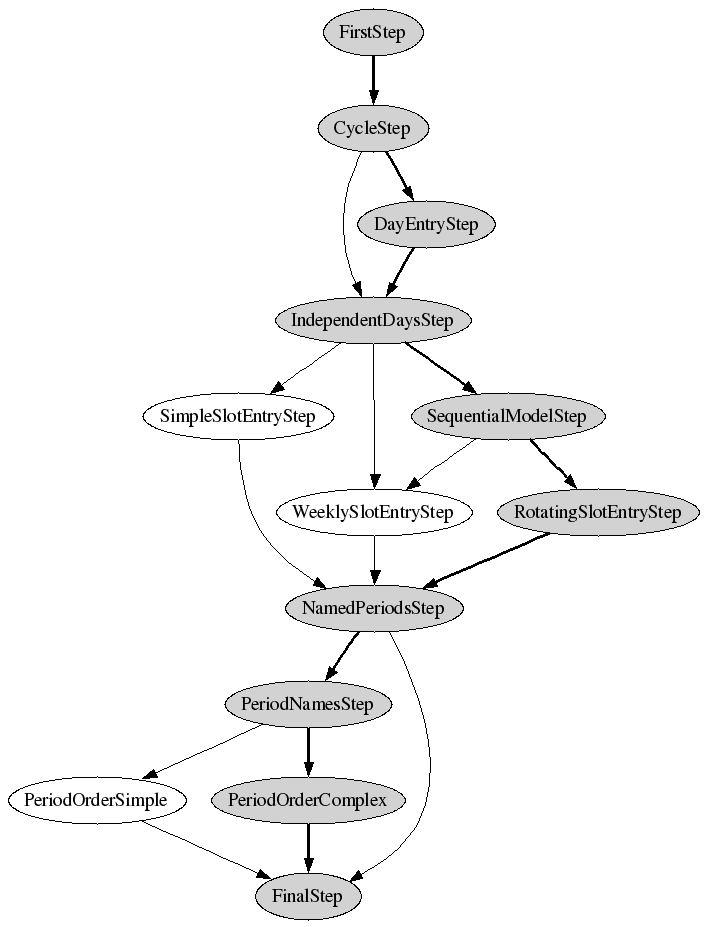
Above: src/schooltool/browser/ftests/ttschema-wizard-6.png in mattva01/schooltool (Graphviz), before the change. Its source is kept beside it as src/schooltool/browser/ftests/ttschema-wizard-6.dot. Source of this version:
```dot
digraph "Timetable Schema Wizard" {
  FirstStep -> CycleStep [style="bold"];
  CycleStep -> IndependentDaysStep;
  CycleStep -> DayEntryStep [style="bold"];
  DayEntryStep -> IndependentDaysStep [style="bold"];
  IndependentDaysStep -> SimpleSlotEntryStep;
  IndependentDaysStep -> WeeklySlotEntryStep;
  IndependentDaysStep -> SequentialModelStep [style="bold"];
  SequentialModelStep -> WeeklySlotEntryStep;
  SequentialModelStep -> RotatingSlotEntryStep [style="bold"];
  SimpleSlotEntryStep -> NamedPeriodsStep;
  RotatingSlotEntryStep -> NamedPeriodsStep [style="bold"];
  WeeklySlotEntryStep -> NamedPeriodsStep;
  NamedPeriodsStep -> PeriodNamesStep [style="bold"];
  NamedPeriodsStep -> FinalStep;
  PeriodNamesStep -> PeriodOrderSimple;
  PeriodNamesStep -> PeriodOrderComplex [style="bold"];
  PeriodOrderSimple -> FinalStep;
  PeriodOrderComplex -> FinalStep [style="bold"];

  FirstStep[style="filled"];
  CycleStep[style="filled"];
  DayEntryStep[style="filled"];
  IndependentDaysStep[style="filled"];
  SequentialModelStep[style="filled"];
  RotatingSlotEntryStep[style="filled"];
  NamedPeriodsStep[style="filled"];
  PeriodNamesStep[style="filled"];
  PeriodOrderComplex[style="filled"];
  FinalStep[style="filled"];
}
```
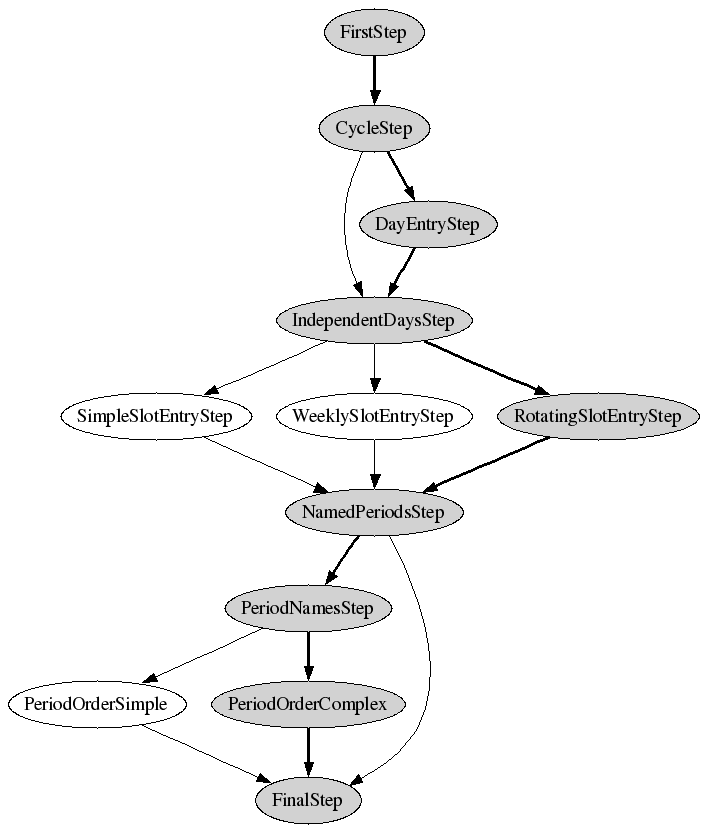
The same file after the commit.

Diff of the diagram source:
```diff
@@ -5,9 +5,7 @@
   DayEntryStep -> IndependentDaysStep [style="bold"];
   IndependentDaysStep -> SimpleSlotEntryStep;
   IndependentDaysStep -> WeeklySlotEntryStep;
-  IndependentDaysStep -> SequentialModelStep [style="bold"];
-  SequentialModelStep -> WeeklySlotEntryStep;
-  SequentialModelStep -> RotatingSlotEntryStep [style="bold"];
+  IndependentDaysStep -> RotatingSlotEntryStep [style="bold"];
   SimpleSlotEntryStep -> NamedPeriodsStep;
   RotatingSlotEntryStep -> NamedPeriodsStep [style="bold"];
   WeeklySlotEntryStep -> NamedPeriodsStep;
@@ -22,7 +20,6 @@
   CycleStep[style="filled"];
   DayEntryStep[style="filled"];
   IndependentDaysStep[style="filled"];
-  SequentialModelStep[style="filled"];
   RotatingSlotEntryStep[style="filled"];
   NamedPeriodsStep[style="filled"];
   PeriodNamesStep[style="filled"];
```
